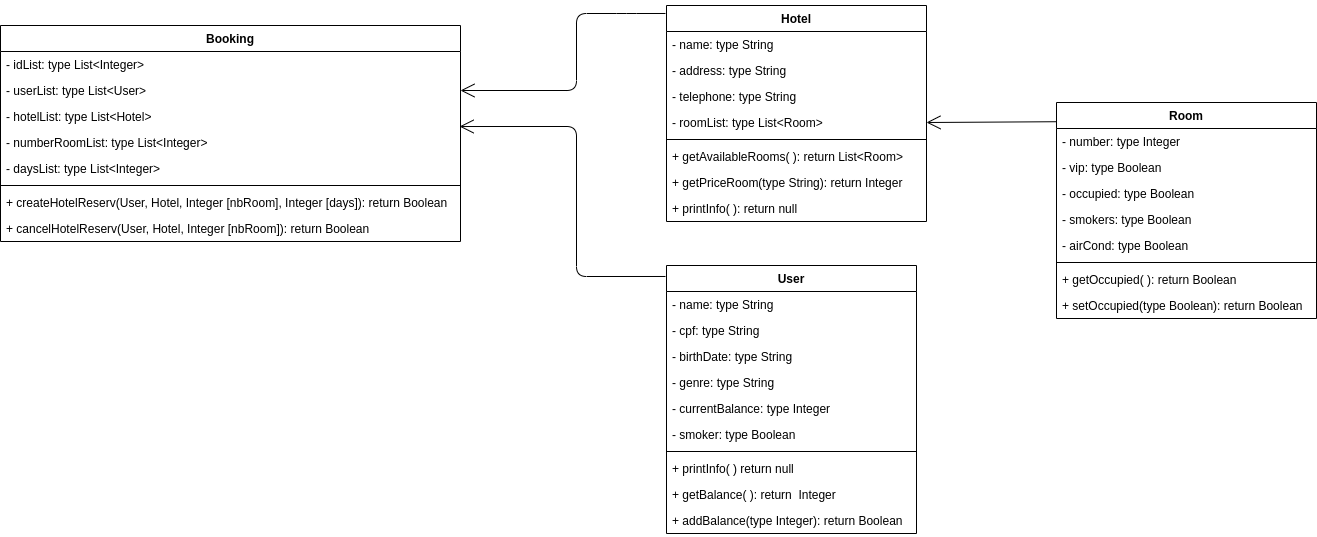
Above: labs/03/img/class_diagram.png in CarlosChiarelli/java-labs (draw.io), before the change. Source tidied: cells renumbered, new cells last; positions are measured from the earlier drawing's top-left corner, leaving out a move shared by most shapes.
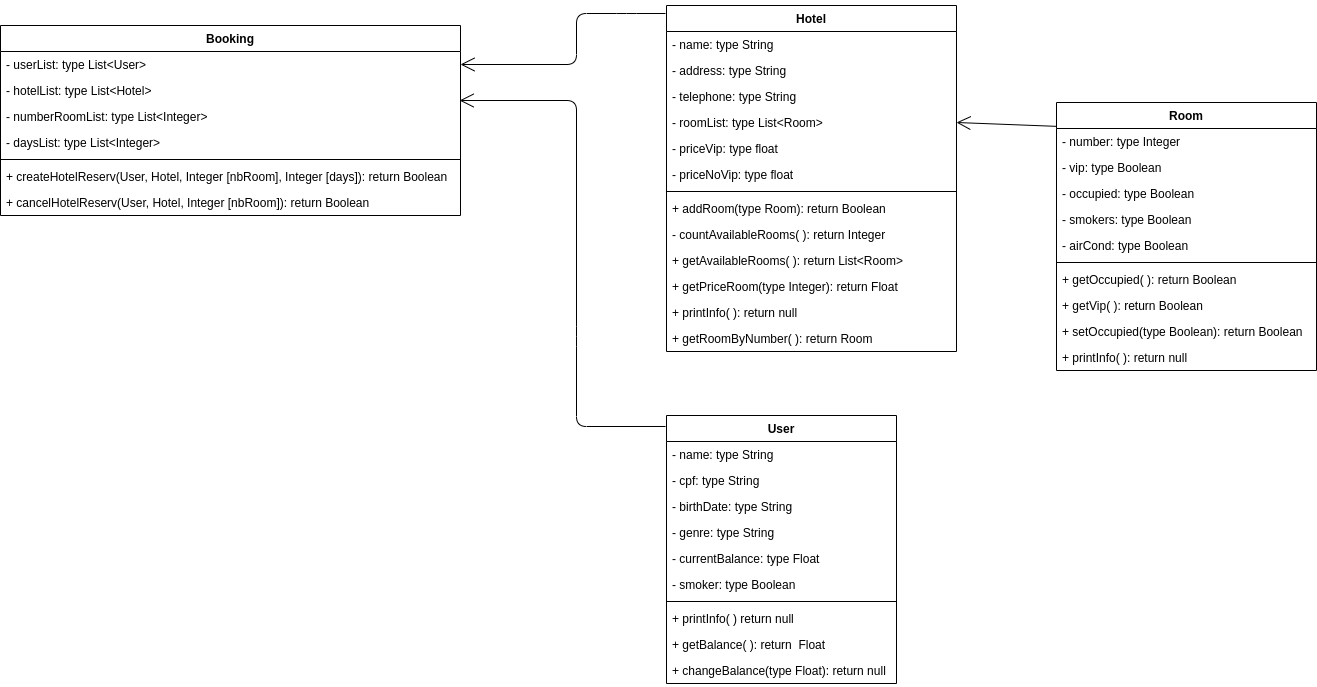
After the change.

Commit message:
update img class diagram

What changed in the source:
```diff
@@ -3,40 +3,40 @@
     <mxCell id="0" />
     <mxCell id="1" parent="0" />
     <mxCell id="2" value="User" style="swimlane;fontStyle=1;align=center;verticalAlign=top;horizontal=1;startSize=26;" parent="1" vertex="1">
-      <mxGeometry x="666" y="260" width="250" height="268" as="geometry" />
+      <mxGeometry x="666" y="410" width="230" height="268" as="geometry" />
     </mxCell>
     <mxCell id="3" value="- name: type String" style="text;strokeColor=none;fillColor=none;align=left;verticalAlign=top;spacingLeft=4;spacingRight=4;overflow=hidden;" parent="2" vertex="1">
-      <mxGeometry y="26" width="250" height="26" as="geometry" />
+      <mxGeometry y="26" width="230" height="26" as="geometry" />
     </mxCell>
     <mxCell id="4" value="- cpf: type String" style="text;strokeColor=none;fillColor=none;align=left;verticalAlign=top;spacingLeft=4;spacingRight=4;overflow=hidden;" parent="2" vertex="1">
-      <mxGeometry y="52" width="250" height="26" as="geometry" />
+      <mxGeometry y="52" width="230" height="26" as="geometry" />
     </mxCell>
     <mxCell id="5" value="- birthDate: type String" style="text;strokeColor=none;fillColor=none;align=left;verticalAlign=top;spacingLeft=4;spacingRight=4;overflow=hidden;" parent="2" vertex="1">
-      <mxGeometry y="78" width="250" height="26" as="geometry" />
+      <mxGeometry y="78" width="230" height="26" as="geometry" />
     </mxCell>
     <mxCell id="6" value="- genre: type String" style="text;strokeColor=none;fillColor=none;align=left;verticalAlign=top;spacingLeft=4;spacingRight=4;overflow=hidden;" parent="2" vertex="1">
-      <mxGeometry y="104" width="250" height="26" as="geometry" />
+      <mxGeometry y="104" width="230" height="26" as="geometry" />
     </mxCell>
-    <mxCell id="7" value="- currentBalance: type Integer" style="text;strokeColor=none;fillColor=none;align=left;verticalAlign=top;spacingLeft=4;spacingRight=4;overflow=hidden;" parent="2" vertex="1">
-      <mxGeometry y="130" width="250" height="26" as="geometry" />
+    <mxCell id="7" value="- currentBalance: type Float" style="text;strokeColor=none;fillColor=none;align=left;verticalAlign=top;spacingLeft=4;spacingRight=4;overflow=hidden;" parent="2" vertex="1">
+      <mxGeometry y="130" width="230" height="26" as="geometry" />
     </mxCell>
     <mxCell id="8" value="- smoker: type Boolean" style="text;strokeColor=none;fillColor=none;align=left;verticalAlign=top;spacingLeft=4;spacingRight=4;overflow=hidden;" parent="2" vertex="1">
-      <mxGeometry y="156" width="250" height="26" as="geometry" />
+      <mxGeometry y="156" width="230" height="26" as="geometry" />
     </mxCell>
     <mxCell id="9" style="line;strokeWidth=1;fillColor=none;align=left;verticalAlign=middle;spacingTop=-1;spacingLeft=3;spacingRight=3;labelPosition=right;" parent="2" vertex="1">
-      <mxGeometry y="182" width="250" height="8" as="geometry" />
+      <mxGeometry y="182" width="230" height="8" as="geometry" />
     </mxCell>
     <mxCell id="10" value="+ printInfo( ) return null" style="text;strokeColor=none;fillColor=none;align=left;verticalAlign=top;spacingLeft=4;spacingRight=4;overflow=hidden;" parent="2" vertex="1">
-      <mxGeometry y="190" width="250" height="26" as="geometry" />
+      <mxGeometry y="190" width="230" height="26" as="geometry" />
     </mxCell>
-    <mxCell id="11" value="+ getBalance( ): return  Integer" style="text;strokeColor=none;fillColor=none;align=left;verticalAlign=top;spacingLeft=4;spacingRight=4;overflow=hidden;" parent="2" vertex="1">
-      <mxGeometry y="216" width="250" height="26" as="geometry" />
+    <mxCell id="11" value="+ getBalance( ): return  Float" style="text;strokeColor=none;fillColor=none;align=left;verticalAlign=top;spacingLeft=4;spacingRight=4;overflow=hidden;" parent="2" vertex="1">
+      <mxGeometry y="216" width="230" height="26" as="geometry" />
     </mxCell>
-    <mxCell id="12" value="+ addBalance(type Integer): return Boolean&#10;" style="text;strokeColor=none;fillColor=none;align=left;verticalAlign=top;spacingLeft=4;spacingRight=4;overflow=hidden;" parent="2" vertex="1">
-      <mxGeometry y="242" width="250" height="26" as="geometry" />
+    <mxCell id="12" value="+ changeBalance(type Float): return null&#10;" style="text;strokeColor=none;fillColor=none;align=left;verticalAlign=top;spacingLeft=4;spacingRight=4;overflow=hidden;" parent="2" vertex="1">
+      <mxGeometry y="242" width="230" height="26" as="geometry" />
     </mxCell>
     <mxCell id="13" value="Room" style="swimlane;fontStyle=1;align=center;verticalAlign=top;horizontal=1;startSize=26;" parent="1" vertex="1">
-      <mxGeometry x="1056" y="97" width="260" height="216" as="geometry" />
+      <mxGeometry x="1056" y="97" width="260" height="268" as="geometry" />
     </mxCell>
     <mxCell id="14" value="- number: type Integer" style="text;strokeColor=none;fillColor=none;align=left;verticalAlign=top;spacingLeft=4;spacingRight=4;overflow=hidden;" parent="13" vertex="1">
       <mxGeometry y="26" width="260" height="26" as="geometry" />
@@ -59,80 +59,100 @@
     <mxCell id="20" value="+ getOccupied( ): return Boolean" style="text;strokeColor=none;fillColor=none;align=left;verticalAlign=top;spacingLeft=4;spacingRight=4;overflow=hidden;" parent="13" vertex="1">
       <mxGeometry y="164" width="260" height="26" as="geometry" />
     </mxCell>
+    <mxCell id="43" value="+ getVip( ): return Boolean" style="text;strokeColor=none;fillColor=none;align=left;verticalAlign=top;spacingLeft=4;spacingRight=4;overflow=hidden;" parent="13" vertex="1">
+      <mxGeometry y="190" width="260" height="26" as="geometry" />
+    </mxCell>
     <mxCell id="21" value="+ setOccupied(type Boolean): return Boolean" style="text;strokeColor=none;fillColor=none;align=left;verticalAlign=top;spacingLeft=4;spacingRight=4;overflow=hidden;" parent="13" vertex="1">
-      <mxGeometry y="190" width="260" height="26" as="geometry" />
+      <mxGeometry y="216" width="260" height="26" as="geometry" />
     </mxCell>
+    <mxCell id="44" value="+ printInfo( ): return null" style="text;strokeColor=none;fillColor=none;align=left;verticalAlign=top;spacingLeft=4;spacingRight=4;overflow=hidden;" parent="13" vertex="1">
+      <mxGeometry y="242" width="260" height="26" as="geometry" />
+    </mxCell>
     <mxCell id="22" value="Hotel" style="swimlane;fontStyle=1;align=center;verticalAlign=top;horizontal=1;startSize=26;" parent="1" vertex="1">
-      <mxGeometry x="666" width="260" height="216" as="geometry" />
+      <mxGeometry x="666" width="290" height="346" as="geometry" />
     </mxCell>
     <mxCell id="23" value="- name: type String" style="text;strokeColor=none;fillColor=none;align=left;verticalAlign=top;spacingLeft=4;spacingRight=4;overflow=hidden;" parent="22" vertex="1">
-      <mxGeometry y="26" width="260" height="26" as="geometry" />
+      <mxGeometry y="26" width="290" height="26" as="geometry" />
     </mxCell>
     <mxCell id="24" value="- address: type String" style="text;strokeColor=none;fillColor=none;align=left;verticalAlign=top;spacingLeft=4;spacingRight=4;overflow=hidden;" parent="22" vertex="1">
-      <mxGeometry y="52" width="260" height="26" as="geometry" />
+      <mxGeometry y="52" width="290" height="26" as="geometry" />
     </mxCell>
     <mxCell id="25" value="- telephone: type String" style="text;strokeColor=none;fillColor=none;align=left;verticalAlign=top;spacingLeft=4;spacingRight=4;overflow=hidden;" parent="22" vertex="1">
-      <mxGeometry y="78" width="260" height="26" as="geometry" />
+      <mxGeometry y="78" width="290" height="26" as="geometry" />
     </mxCell>
     <mxCell id="26" value="- roomList: type List&lt;Room&gt;" style="text;strokeColor=none;fillColor=none;align=left;verticalAlign=top;spacingLeft=4;spacingRight=4;overflow=hidden;points=[[0,0.5],[1,0.5]];portConstraint=eastwest;" parent="22" vertex="1">
-      <mxGeometry y="104" width="260" height="26" as="geometry" />
+      <mxGeometry y="104" width="290" height="26" as="geometry" />
     </mxCell>
+    <mxCell id="45" value="- priceVip: type float" style="text;strokeColor=none;fillColor=none;align=left;verticalAlign=top;spacingLeft=4;spacingRight=4;overflow=hidden;" parent="22" vertex="1">
+      <mxGeometry y="130" width="290" height="26" as="geometry" />
+    </mxCell>
+    <mxCell id="46" value="- priceNoVip: type float" style="text;strokeColor=none;fillColor=none;align=left;verticalAlign=top;spacingLeft=4;spacingRight=4;overflow=hidden;" parent="22" vertex="1">
+      <mxGeometry y="156" width="290" height="26" as="geometry" />
+    </mxCell>
     <mxCell id="27" style="line;strokeWidth=1;fillColor=none;align=left;verticalAlign=middle;spacingTop=-1;spacingLeft=3;spacingRight=3;labelPosition=right;" parent="22" vertex="1">
-      <mxGeometry y="130" width="260" height="8" as="geometry" />
+      <mxGeometry y="182" width="290" height="8" as="geometry" />
     </mxCell>
+    <mxCell id="47" value="+ addRoom(type Room): return Boolean" style="text;strokeColor=none;fillColor=none;align=left;verticalAlign=top;spacingLeft=4;spacingRight=4;overflow=hidden;" parent="22" vertex="1">
+      <mxGeometry y="190" width="290" height="26" as="geometry" />
+    </mxCell>
+    <mxCell id="48" value="- countAvailableRooms( ): return Integer" style="text;strokeColor=none;fillColor=none;align=left;verticalAlign=top;spacingLeft=4;spacingRight=4;overflow=hidden;" parent="22" vertex="1">
+      <mxGeometry y="216" width="290" height="26" as="geometry" />
+    </mxCell>
     <mxCell id="28" value="+ getAvailableRooms( ): return List&lt;Room&gt;" style="text;strokeColor=none;fillColor=none;align=left;verticalAlign=top;spacingLeft=4;spacingRight=4;overflow=hidden;" parent="22" vertex="1">
-      <mxGeometry y="138" width="260" height="26" as="geometry" />
+      <mxGeometry y="242" width="290" height="26" as="geometry" />
     </mxCell>
-    <mxCell id="29" value="+ getPriceRoom(type String): return Integer" style="text;strokeColor=none;fillColor=none;align=left;verticalAlign=top;spacingLeft=4;spacingRight=4;overflow=hidden;" parent="22" vertex="1">
-      <mxGeometry y="164" width="260" height="26" as="geometry" />
+    <mxCell id="29" value="+ getPriceRoom(type Integer): return Float" style="text;strokeColor=none;fillColor=none;align=left;verticalAlign=top;spacingLeft=4;spacingRight=4;overflow=hidden;" parent="22" vertex="1">
+      <mxGeometry y="268" width="290" height="26" as="geometry" />
     </mxCell>
     <mxCell id="30" value="+ printInfo( ): return null" style="text;strokeColor=none;fillColor=none;align=left;verticalAlign=top;spacingLeft=4;spacingRight=4;overflow=hidden;" parent="22" vertex="1">
-      <mxGeometry y="190" width="260" height="26" as="geometry" />
+      <mxGeometry y="294" width="290" height="26" as="geometry" />
     </mxCell>
+    <mxCell id="49" value="+ getRoomByNumber( ): return Room" style="text;strokeColor=none;fillColor=none;align=left;verticalAlign=top;spacingLeft=4;spacingRight=4;overflow=hidden;" parent="22" vertex="1">
+      <mxGeometry y="320" width="290" height="26" as="geometry" />
+    </mxCell>
     <mxCell id="31" value="Booking" style="swimlane;fontStyle=1;align=center;verticalAlign=top;horizontal=1;startSize=26;" parent="1" vertex="1">
-      <mxGeometry y="20" width="460" height="216" as="geometry" />
+      <mxGeometry y="20" width="460" height="190" as="geometry" />
     </mxCell>
-    <mxCell id="32" value="- idList: type List&lt;Integer&gt;" style="text;strokeColor=none;fillColor=none;align=left;verticalAlign=top;spacingLeft=4;spacingRight=4;overflow=hidden;" parent="31" vertex="1">
-      <mxGeometry y="26" width="460" height="26" as="geometry" />
-    </mxCell>
     <mxCell id="33" value="- userList: type List&lt;User&gt;" style="text;strokeColor=none;fillColor=none;align=left;verticalAlign=top;spacingLeft=4;spacingRight=4;overflow=hidden;points=[[0,0.5],[1,0.5]];portConstraint=eastwest;" parent="31" vertex="1">
-      <mxGeometry y="52" width="460" height="26" as="geometry" />
+      <mxGeometry y="26" width="460" height="26" as="geometry" />
     </mxCell>
     <mxCell id="34" value="- hotelList: type List&lt;Hotel&gt;" style="text;strokeColor=none;fillColor=none;align=left;verticalAlign=top;spacingLeft=4;spacingRight=4;overflow=hidden;" parent="31" vertex="1">
-      <mxGeometry y="78" width="460" height="26" as="geometry" />
+      <mxGeometry y="52" width="460" height="26" as="geometry" />
     </mxCell>
     <mxCell id="35" value="- numberRoomList: type List&lt;Integer&gt;" style="text;strokeColor=none;fillColor=none;align=left;verticalAlign=top;spacingLeft=4;spacingRight=4;overflow=hidden;points=[[0,0.5],[1,0.5]];portConstraint=eastwest;" parent="31" vertex="1">
-      <mxGeometry y="104" width="460" height="26" as="geometry" />
+      <mxGeometry y="78" width="460" height="26" as="geometry" />
     </mxCell>
     <mxCell id="36" value="- daysList: type List&lt;Integer&gt;" style="text;strokeColor=none;fillColor=none;align=left;verticalAlign=top;spacingLeft=4;spacingRight=4;overflow=hidden;" parent="31" vertex="1">
-      <mxGeometry y="130" width="460" height="26" as="geometry" />
+      <mxGeometry y="104" width="460" height="26" as="geometry" />
     </mxCell>
     <mxCell id="37" style="line;strokeWidth=1;fillColor=none;align=left;verticalAlign=middle;spacingTop=-1;spacingLeft=3;spacingRight=3;labelPosition=right;" parent="31" vertex="1">
-      <mxGeometry y="156" width="460" height="8" as="geometry" />
+      <mxGeometry y="130" width="460" height="8" as="geometry" />
     </mxCell>
     <mxCell id="38" value="+ createHotelReserv(User, Hotel, Integer [nbRoom], Integer [days]): return Boolean" style="text;strokeColor=none;fillColor=none;align=left;verticalAlign=top;spacingLeft=4;spacingRight=4;overflow=hidden;" parent="31" vertex="1">
-      <mxGeometry y="164" width="460" height="26" as="geometry" />
+      <mxGeometry y="138" width="460" height="26" as="geometry" />
     </mxCell>
     <mxCell id="39" value="+ cancelHotelReserv(User, Hotel, Integer [nbRoom]): return Boolean" style="text;strokeColor=none;fillColor=none;align=left;verticalAlign=top;spacingLeft=4;spacingRight=4;overflow=hidden;" parent="31" vertex="1">
-      <mxGeometry y="190" width="460" height="26" as="geometry" />
+      <mxGeometry y="164" width="460" height="26" as="geometry" />
     </mxCell>
     <mxCell id="40" style="endArrow=open;endFill=1;endSize=12;html=1;entryX=1;entryY=0.5;entryDx=0;entryDy=0;exitX=0;exitY=0.089;exitDx=0;exitDy=0;exitPerimeter=0;" parent="1" edge="1" source="13" target="26">
       <mxGeometry relative="1" as="geometry" />
     </mxCell>
-    <mxCell id="41" style="endArrow=open;endFill=1;endSize=12;html=1;exitX=-0.004;exitY=0.037;exitDx=0;exitDy=0;exitPerimeter=0;entryX=1;entryY=0.5;entryDx=0;entryDy=0;" parent="1" edge="1" source="22" target="33">
+    <mxCell id="41" style="endArrow=open;endFill=1;endSize=12;html=1;entryX=1;entryY=0.5;entryDx=0;entryDy=0;" parent="1" edge="1" target="33">
       <mxGeometry relative="1" as="geometry">
+        <mxPoint x="665" y="8" as="sourcePoint" />
         <Array as="points">
           <mxPoint x="626" y="8" />
           <mxPoint x="576" y="8" />
-          <mxPoint x="576" y="85" />
+          <mxPoint x="576" y="59" />
         </Array>
       </mxGeometry>
     </mxCell>
     <mxCell id="42" style="endArrow=open;endFill=1;endSize=12;html=1;exitX=-0.004;exitY=0.041;exitDx=0;exitDy=0;exitPerimeter=0;entryX=0.998;entryY=-0.115;entryDx=0;entryDy=0;entryPerimeter=0;" parent="1" edge="1" source="2" target="35">
       <mxGeometry relative="1" as="geometry">
         <Array as="points">
-          <mxPoint x="576" y="271" />
-          <mxPoint x="576" y="121" />
+          <mxPoint x="576" y="421" />
+          <mxPoint x="576" y="331" />
+          <mxPoint x="576" y="95" />
         </Array>
       </mxGeometry>
     </mxCell>
```
